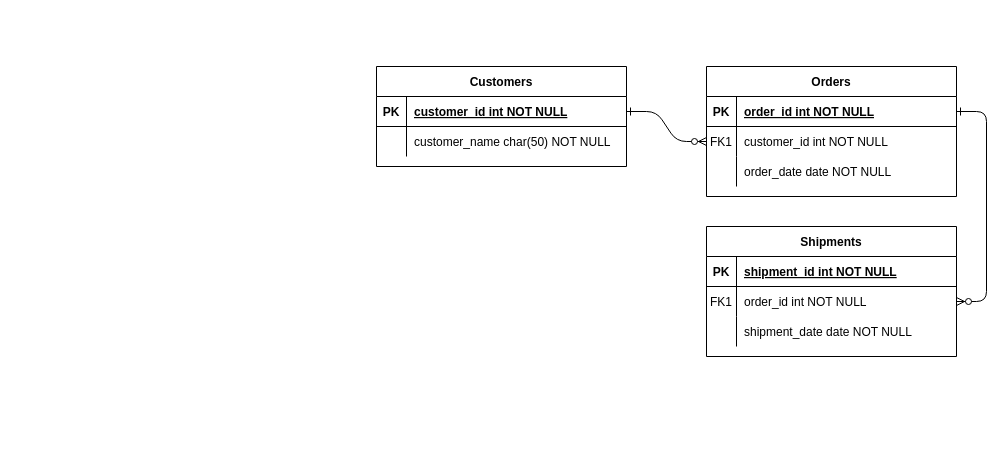
This is tmd.drawio from Noppagorn/DiagramClimate, a draw.io file, before an edit. Source tidied: cells renumbered, new cells numbered last; positions are measured from the earlier drawing's top-left corner, leaving out a move shared by most shapes. Both pictures are drawn from the tidied source at 100%, with x=0, y=0 at pixel (376, 66).
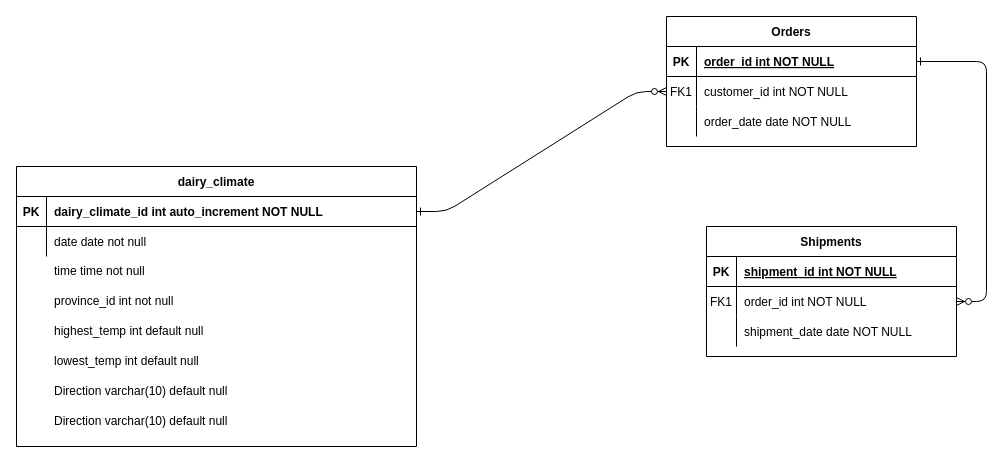
After the change.

Change to the diagram source:
```diff
@@
     <mxCell id="4" value="Orders" style="shape=table;startSize=30;childLayout=tableLayout;rowLines=0;fontStyle=1;align=center;" parent="1" vertex="1">
-      <mxGeometry x="330" width="250" height="130" as="geometry" />
+      <mxGeometry x="290" y="-50" width="250" height="130" as="geometry" />
     </mxCell>
@@
-    <mxCell id="24" value="Customers" style="shape=table;startSize=30;childLayout=tableLayout;rowLines=0;fontStyle=1;align=center;" parent="1" vertex="1">
-      <mxGeometry width="250" height="100" as="geometry" />
+    <mxCell id="24" value="dairy_climate" style="shape=table;startSize=30;childLayout=tableLayout;rowLines=0;fontStyle=1;align=center;" parent="1" vertex="1">
+      <mxGeometry x="-360" y="100" width="400" height="280" as="geometry" />
     </mxCell>
     <mxCell id="25" style="shape=partialRectangle;fillColor=none;points=[[0,0.5],[1,0.5]];portConstraint=eastwest;top=0;left=0;right=0;bottom=1;" parent="24" vertex="1">
-      <mxGeometry y="30" width="250" height="30" as="geometry" />
+      <mxGeometry y="30" width="400" height="30" as="geometry" />
     </mxCell>
@@
-    <mxCell id="27" value="customer_id int NOT NULL " style="shape=partialRectangle;overflow=hidden;fillColor=none;top=0;left=0;bottom=0;right=0;align=left;spacingLeft=6;fontStyle=5;" parent="25" vertex="1">
-      <mxGeometry x="30" width="220" height="30" as="geometry" />
+    <mxCell id="27" value="dairy_climate_id int auto_increment NOT NULL " style="shape=partialRectangle;overflow=hidden;fillColor=none;top=0;left=0;bottom=0;right=0;align=left;spacingLeft=6;fontStyle=1;" parent="25" vertex="1">
+      <mxGeometry x="30" width="370" height="30" as="geometry" />
     </mxCell>
     <mxCell id="28" style="shape=partialRectangle;fillColor=none;top=0;left=0;right=0;bottom=0;" parent="24" vertex="1">
-      <mxGeometry y="60" width="250" height="30" as="geometry" />
+      <mxGeometry y="60" width="400" height="30" as="geometry" />
     </mxCell>
@@
-    <mxCell id="30" value="customer_name char(50) NOT NULL" style="shape=partialRectangle;overflow=hidden;fillColor=none;top=0;left=0;bottom=0;right=0;align=left;spacingLeft=6;" parent="28" vertex="1">
-      <mxGeometry x="30" width="220" height="30" as="geometry" />
+    <mxCell id="30" value="date date not null" style="shape=partialRectangle;overflow=hidden;fillColor=none;top=0;left=0;bottom=0;right=0;align=left;spacingLeft=6;" parent="28" vertex="1">
+      <mxGeometry x="30" width="370" height="30" as="geometry" />
     </mxCell>
+    <mxCell id="31" value="province_id int not null" style="shape=partialRectangle;overflow=hidden;fillColor=none;top=0;left=0;bottom=0;right=0;align=left;spacingLeft=6;" parent="1" vertex="1">
+      <mxGeometry x="-330" y="219" width="370" height="30" as="geometry" />
+    </mxCell>
+    <mxCell id="32" value="highest_temp int default null" style="shape=partialRectangle;overflow=hidden;fillColor=none;top=0;left=0;bottom=0;right=0;align=left;spacingLeft=6;" parent="1" vertex="1">
+      <mxGeometry x="-330" y="249" width="370" height="30" as="geometry" />
+    </mxCell>
+    <mxCell id="33" value="lowest_temp int default null" style="shape=partialRectangle;overflow=hidden;fillColor=none;top=0;left=0;bottom=0;right=0;align=left;spacingLeft=6;" parent="1" vertex="1">
+      <mxGeometry x="-330" y="279" width="370" height="30" as="geometry" />
+    </mxCell>
+    <mxCell id="34" value="Direction varchar(10) default null" style="shape=partialRectangle;overflow=hidden;fillColor=none;top=0;left=0;bottom=0;right=0;align=left;spacingLeft=6;" parent="1" vertex="1">
+      <mxGeometry x="-330" y="309" width="370" height="30" as="geometry" />
+    </mxCell>
+    <mxCell id="35" value="Direction varchar(10) default null" style="shape=partialRectangle;overflow=hidden;fillColor=none;top=0;left=0;bottom=0;right=0;align=left;spacingLeft=6;" parent="1" vertex="1">
+      <mxGeometry x="-330" y="339" width="370" height="30" as="geometry" />
+    </mxCell>
+    <mxCell id="36" style="shape=partialRectangle;fillColor=none;top=0;left=0;right=0;bottom=0;" parent="1" vertex="1">
+      <mxGeometry x="-360" y="189" width="400" height="30" as="geometry" />
+    </mxCell>
+    <mxCell id="37" style="shape=partialRectangle;overflow=hidden;fillColor=none;top=0;left=0;bottom=0;right=0;" parent="36" vertex="1">
+      <mxGeometry width="30" height="30" as="geometry" />
+    </mxCell>
+    <mxCell id="38" value="time time not null" style="shape=partialRectangle;overflow=hidden;fillColor=none;top=0;left=0;bottom=0;right=0;align=left;spacingLeft=6;" parent="36" vertex="1">
+      <mxGeometry x="30" width="370" height="30" as="geometry" />
+    </mxCell>
```
